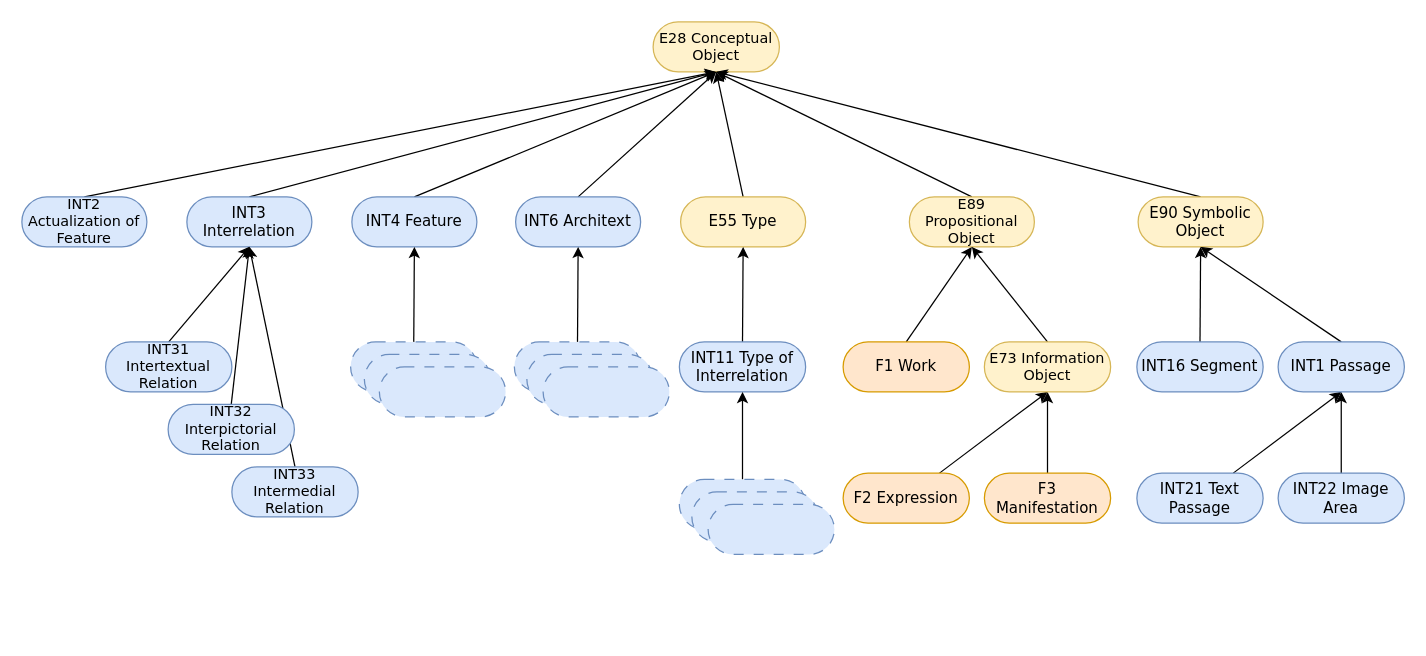
Above: img/INTRO_class_hierarchy.drawio in BOberreither/INTRO (draw.io), before the change. Source tidied: cells renumbered, new cells numbered last; positions are measured from the earlier drawing's top-left corner, leaving out a move shared by most shapes. Both pictures are drawn from the tidied source at 125%, with x=0, y=0 at pixel (21, 21).
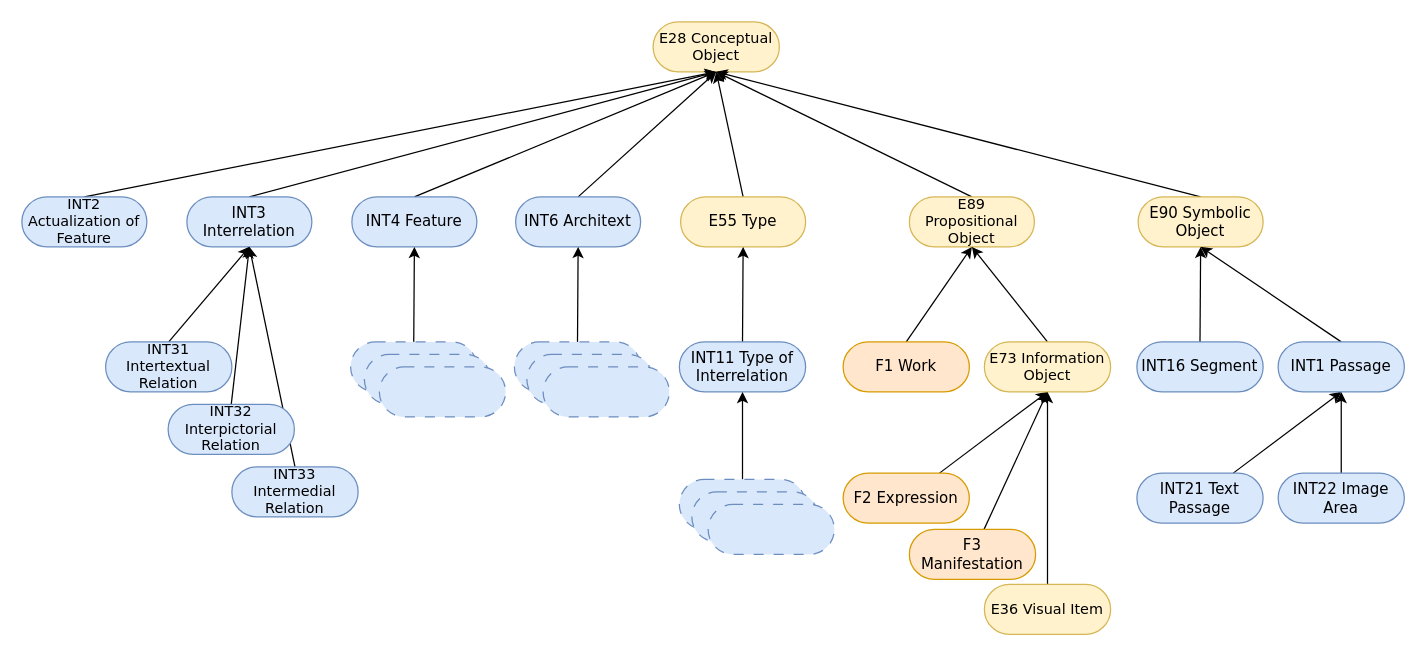
The same diagram, later.

The change refers to these unchanged cells:
```xml
<mxCell id="41" value="E73 Information Object" style="rounded=1;html=1;perimeterSpacing=0;arcSize=50;whiteSpace=wrap;fontFamily=Verdana;spacingTop=0;spacingBottom=0;spacing=2;fillColor=#fff2cc;strokeColor=#d6b656;fontSize=11.5;" parent="1" vertex="1">
  <mxGeometry x="770" y="256" width="101" height="40" as="geometry" />
</mxCell>
```

What changed in the source:
```diff
@@
     <mxCell id="36" value="F3 Manifestation" style="rounded=1;html=1;perimeterSpacing=0;arcSize=50;whiteSpace=wrap;fontFamily=Verdana;spacingTop=0;spacingBottom=0;spacing=2;fillColor=#ffe6cc;strokeColor=#d79b00;" parent="1" vertex="1">
-      <mxGeometry x="770" y="361" width="101" height="40" as="geometry" />
+      <mxGeometry x="710" y="406" width="101" height="40" as="geometry" />
     </mxCell>
@@
+    <mxCell id="53" style="edgeStyle=orthogonalEdgeStyle;rounded=0;jettySize=auto;html=1;entryX=0.5;entryY=1;entryDx=0;entryDy=0;" parent="1" edge="1" source="54" target="41">
+      <mxGeometry relative="1" as="geometry" />
+    </mxCell>
+    <mxCell id="54" value="E36 Visual Item" style="rounded=1;html=1;perimeterSpacing=0;arcSize=50;whiteSpace=wrap;fontFamily=Verdana;spacingTop=0;spacingBottom=0;spacing=2;fillColor=#fff2cc;strokeColor=#d6b656;fontSize=11.5;" parent="1" vertex="1">
+      <mxGeometry x="770" y="450" width="101" height="40" as="geometry" />
+    </mxCell>
```
